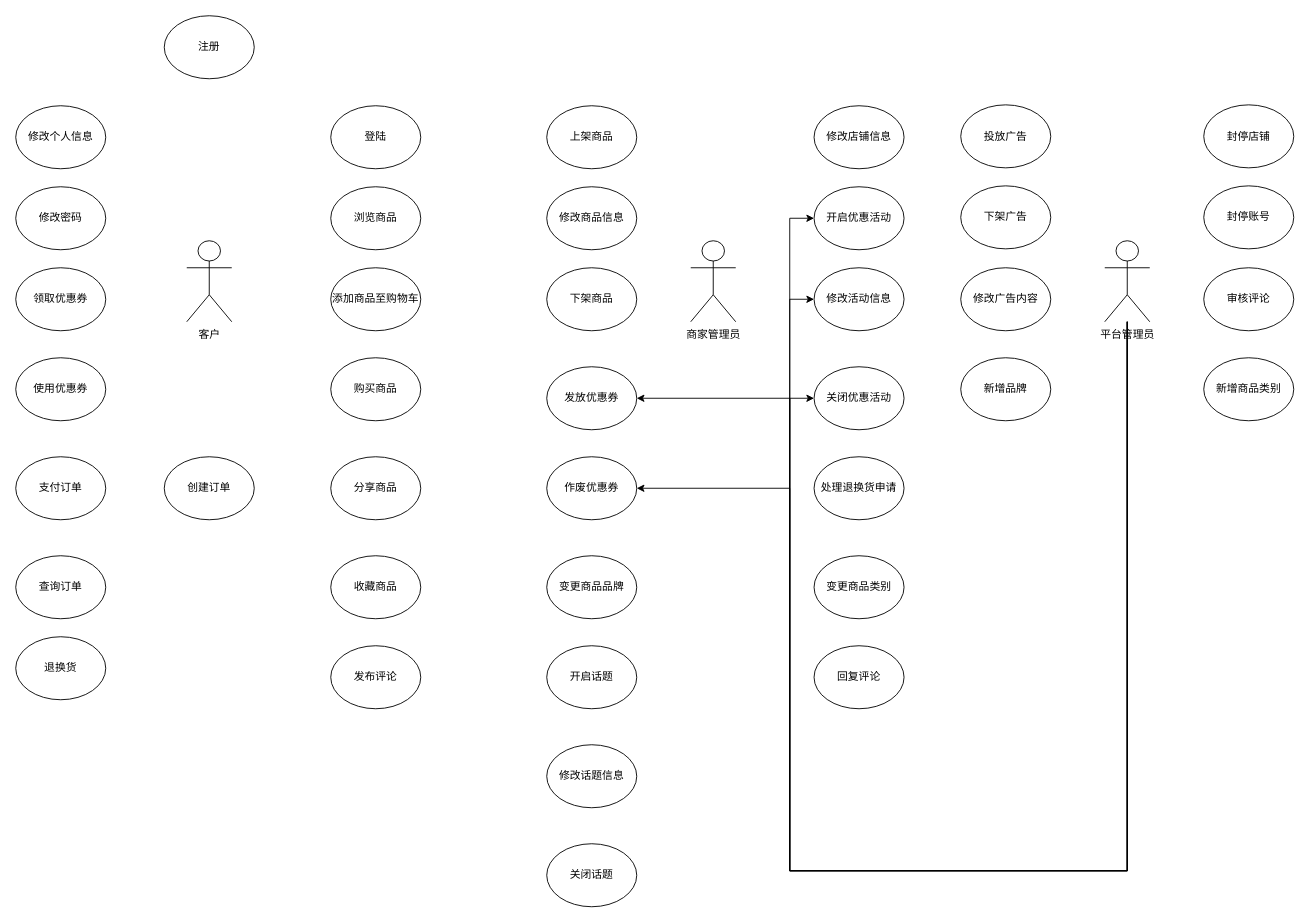
This is using.drawio from jrsmith12138/diagrams, a draw.io file, before an edit. Source tidied: cells renumbered, new cells numbered last; positions are measured from the earlier drawing's top-left corner, leaving out a move shared by most shapes. Both pictures are drawn from the tidied source at 90%, with x=0, y=0 at pixel (15, 15).
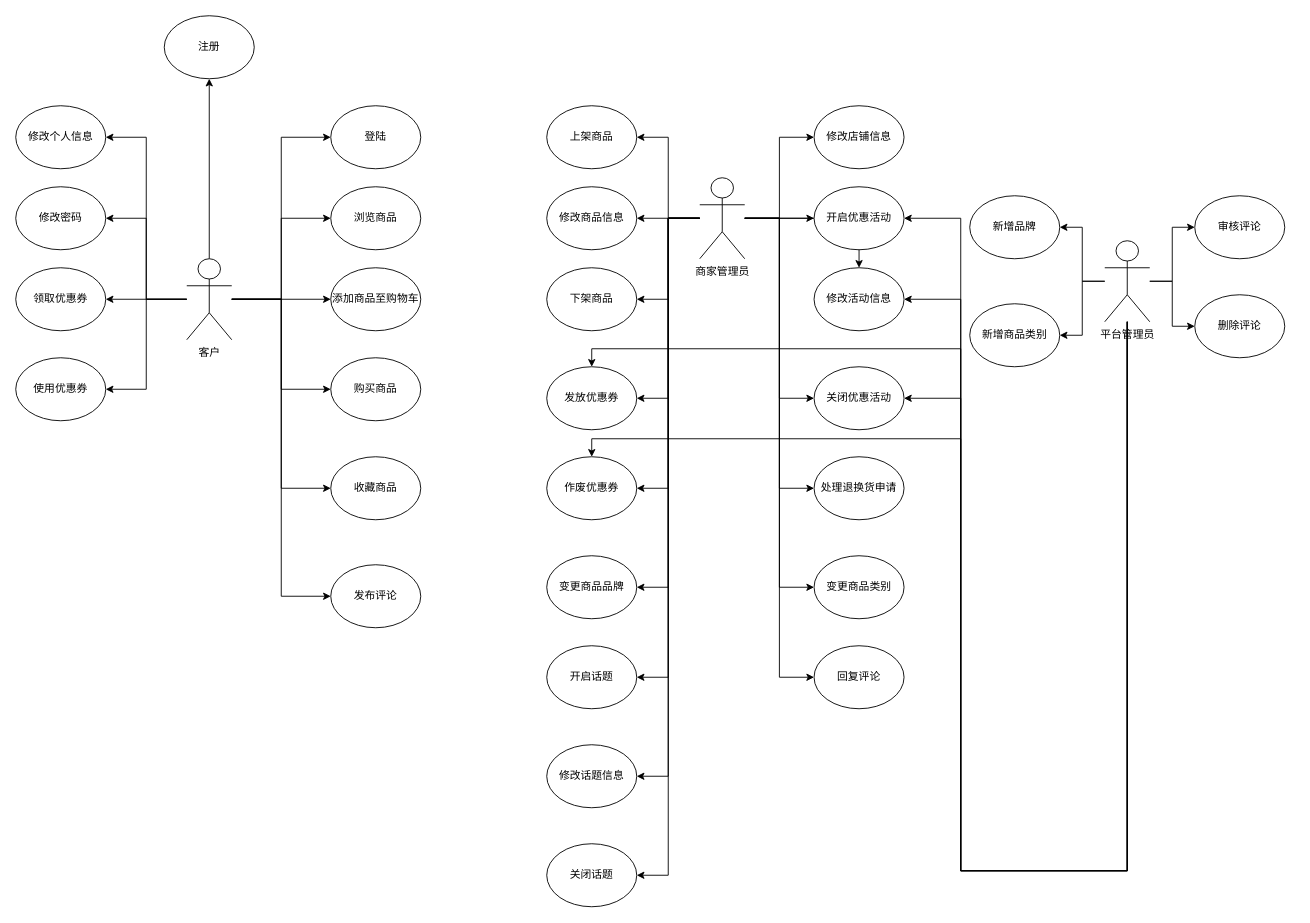
After the change.

Unchanged cells that the change refers to:
```xml
<mxCell id="9" value="平台管理员" style="shape=umlActor;verticalLabelPosition=bottom;verticalAlign=top;html=1;outlineConnect=0;" parent="1" vertex="1">
<mxCell id="10" value="注册" style="ellipse;whiteSpace=wrap;html=1;" parent="1" vertex="1">
<mxCell id="11" value="登陆" style="ellipse;whiteSpace=wrap;html=1;" parent="1" vertex="1">
<mxCell id="12" value="浏览商品" style="ellipse;whiteSpace=wrap;html=1;" parent="1" vertex="1">
<mxCell id="13" value="添加商品至购物车" style="ellipse;whiteSpace=wrap;html=1;" parent="1" vertex="1">
<mxCell id="14" value="购买商品" style="ellipse;whiteSpace=wrap;html=1;" parent="1" vertex="1">
<mxCell id="18" value="修改个人信息" style="ellipse;whiteSpace=wrap;html=1;" parent="1" vertex="1">
<mxCell id="20" value="领取优惠券" style="ellipse;whiteSpace=wrap;html=1;" parent="1" vertex="1">
<mxCell id="22" value="修改密码" style="ellipse;whiteSpace=wrap;html=1;" parent="1" vertex="1">
<mxCell id="25" value="使用优惠券" style="ellipse;whiteSpace=wrap;html=1;" parent="1" vertex="1">
<mxCell id="26" value="上架商品" style="ellipse;whiteSpace=wrap;html=1;" parent="1" vertex="1">
<mxCell id="27" value="修改商品信息" style="ellipse;whiteSpace=wrap;html=1;" parent="1" vertex="1">
<mxCell id="28" value="下架商品" style="ellipse;whiteSpace=wrap;html=1;" parent="1" vertex="1">
<mxCell id="29" value="发放优惠券" style="ellipse;whiteSpace=wrap;html=1;" parent="1" vertex="1">
<mxCell id="30" value="作废优惠券" style="ellipse;whiteSpace=wrap;html=1;" parent="1" vertex="1">
<mxCell id="31" value="开启优惠活动" style="ellipse;whiteSpace=wrap;html=1;" parent="1" vertex="1">
<mxCell id="32" value="关闭优惠活动" style="ellipse;whiteSpace=wrap;html=1;" parent="1" vertex="1">
<mxCell id="33" value="修改店铺信息" style="ellipse;whiteSpace=wrap;html=1;" parent="1" vertex="1">
<mxCell id="34" value="修改活动信息" style="ellipse;whiteSpace=wrap;html=1;" parent="1" vertex="1">
<mxCell id="35" value="处理退换货申请" style="ellipse;whiteSpace=wrap;html=1;" parent="1" vertex="1">
<mxCell id="40" value="变更商品类别" style="ellipse;whiteSpace=wrap;html=1;" parent="1" vertex="1">
<mxCell id="42" value="变更商品品牌" style="ellipse;whiteSpace=wrap;html=1;" parent="1" vertex="1">
<mxCell id="46" value="开启话题" style="ellipse;whiteSpace=wrap;html=1;" parent="1" vertex="1">
<mxCell id="47" value="修改话题信息" style="ellipse;whiteSpace=wrap;html=1;" parent="1" vertex="1">
<mxCell id="48" value="关闭话题" style="ellipse;whiteSpace=wrap;html=1;" parent="1" vertex="1">
<mxCell id="49" value="回复评论" style="ellipse;whiteSpace=wrap;html=1;" parent="1" vertex="1">
```

The edit, as a diff of the source:
```diff
@@
+    <mxCell id="50" style="edgeStyle=orthogonalEdgeStyle;rounded=0;jettySize=auto;html=1;entryX=0;entryY=0.5;entryDx=0;entryDy=0;" parent="1" edge="1" source="2" target="33">
+      <mxGeometry relative="1" as="geometry" />
+    </mxCell>
+    <mxCell id="51" style="edgeStyle=orthogonalEdgeStyle;rounded=0;jettySize=auto;html=1;" parent="1" edge="1" source="2" target="34">
+      <mxGeometry relative="1" as="geometry" />
+    </mxCell>
+    <mxCell id="52" style="edgeStyle=orthogonalEdgeStyle;rounded=0;jettySize=auto;html=1;entryX=0;entryY=0.5;entryDx=0;entryDy=0;" parent="1" edge="1" source="2" target="32">
+      <mxGeometry relative="1" as="geometry" />
+    </mxCell>
+    <mxCell id="53" style="edgeStyle=orthogonalEdgeStyle;rounded=0;jettySize=auto;html=1;entryX=0;entryY=0.5;entryDx=0;entryDy=0;" parent="1" edge="1" source="2" target="35">
+      <mxGeometry relative="1" as="geometry" />
+    </mxCell>
+    <mxCell id="54" style="edgeStyle=orthogonalEdgeStyle;rounded=0;jettySize=auto;html=1;entryX=0;entryY=0.5;entryDx=0;entryDy=0;" parent="1" edge="1" source="2" target="40">
+      <mxGeometry relative="1" as="geometry" />
+    </mxCell>
+    <mxCell id="55" style="edgeStyle=orthogonalEdgeStyle;rounded=0;jettySize=auto;html=1;entryX=0;entryY=0.5;entryDx=0;entryDy=0;" parent="1" edge="1" source="2" target="49">
+      <mxGeometry relative="1" as="geometry" />
+    </mxCell>
+    <mxCell id="56" style="edgeStyle=orthogonalEdgeStyle;rounded=0;jettySize=auto;html=1;entryX=1;entryY=0.5;entryDx=0;entryDy=0;" parent="1" edge="1" source="2" target="26">
+      <mxGeometry relative="1" as="geometry" />
+    </mxCell>
+    <mxCell id="57" style="edgeStyle=orthogonalEdgeStyle;rounded=0;jettySize=auto;html=1;entryX=1;entryY=0.5;entryDx=0;entryDy=0;" parent="1" edge="1" source="2" target="27">
+      <mxGeometry relative="1" as="geometry" />
+    </mxCell>
+    <mxCell id="58" style="edgeStyle=orthogonalEdgeStyle;rounded=0;jettySize=auto;html=1;entryX=1;entryY=0.5;entryDx=0;entryDy=0;" parent="1" edge="1" source="2" target="28">
+      <mxGeometry relative="1" as="geometry" />
+    </mxCell>
+    <mxCell id="59" style="edgeStyle=orthogonalEdgeStyle;rounded=0;jettySize=auto;html=1;entryX=1;entryY=0.5;entryDx=0;entryDy=0;" parent="1" edge="1" source="2" target="29">
+      <mxGeometry relative="1" as="geometry" />
+    </mxCell>
+    <mxCell id="60" style="edgeStyle=orthogonalEdgeStyle;rounded=0;jettySize=auto;html=1;entryX=1;entryY=0.5;entryDx=0;entryDy=0;" parent="1" edge="1" source="2" target="30">
+      <mxGeometry relative="1" as="geometry" />
+    </mxCell>
+    <mxCell id="61" style="edgeStyle=orthogonalEdgeStyle;rounded=0;jettySize=auto;html=1;entryX=1;entryY=0.5;entryDx=0;entryDy=0;" parent="1" edge="1" source="2" target="42">
+      <mxGeometry relative="1" as="geometry" />
+    </mxCell>
+    <mxCell id="62" style="edgeStyle=orthogonalEdgeStyle;rounded=0;jettySize=auto;html=1;entryX=1;entryY=0.5;entryDx=0;entryDy=0;" parent="1" edge="1" source="2" target="46">
+      <mxGeometry relative="1" as="geometry" />
+    </mxCell>
+    <mxCell id="63" style="edgeStyle=orthogonalEdgeStyle;rounded=0;jettySize=auto;html=1;entryX=1;entryY=0.5;entryDx=0;entryDy=0;" parent="1" edge="1" source="2" target="47">
+      <mxGeometry relative="1" as="geometry" />
+    </mxCell>
+    <mxCell id="64" style="edgeStyle=orthogonalEdgeStyle;rounded=0;jettySize=auto;html=1;entryX=1;entryY=0.5;entryDx=0;entryDy=0;" parent="1" edge="1" source="2" target="48">
+      <mxGeometry relative="1" as="geometry" />
+    </mxCell>
+    <mxCell id="65" style="edgeStyle=orthogonalEdgeStyle;rounded=0;jettySize=auto;html=1;entryX=0;entryY=0.5;entryDx=0;entryDy=0;" parent="1" edge="1" source="2" target="31">
+      <mxGeometry relative="1" as="geometry" />
+    </mxCell>
     <mxCell id="2" value="商家管理员" style="shape=umlActor;verticalLabelPosition=bottom;verticalAlign=top;html=1;outlineConnect=0;" parent="1" vertex="1">
-      <mxGeometry x="750" y="250" width="50" height="90" as="geometry" />
+      <mxGeometry x="760" y="180" width="50" height="90" as="geometry" />
     </mxCell>
+    <mxCell id="66" style="edgeStyle=orthogonalEdgeStyle;rounded=0;jettySize=auto;html=1;" parent="1" edge="1" source="3" target="10">
+      <mxGeometry relative="1" as="geometry" />
+    </mxCell>
+    <mxCell id="67" style="edgeStyle=orthogonalEdgeStyle;rounded=0;jettySize=auto;html=1;entryX=0;entryY=0.5;entryDx=0;entryDy=0;" parent="1" edge="1" source="3" target="11">
+      <mxGeometry relative="1" as="geometry" />
+    </mxCell>
+    <mxCell id="68" style="edgeStyle=orthogonalEdgeStyle;rounded=0;jettySize=auto;html=1;" parent="1" edge="1" source="3" target="13">
+      <mxGeometry relative="1" as="geometry" />
+    </mxCell>
+    <mxCell id="69" style="edgeStyle=orthogonalEdgeStyle;rounded=0;jettySize=auto;html=1;entryX=0;entryY=0.5;entryDx=0;entryDy=0;" parent="1" edge="1" source="3" target="14">
+      <mxGeometry relative="1" as="geometry" />
+    </mxCell>
+    <mxCell id="70" style="edgeStyle=orthogonalEdgeStyle;rounded=0;jettySize=auto;html=1;entryX=0;entryY=0.5;entryDx=0;entryDy=0;" parent="1" edge="1" source="3" target="23">
+      <mxGeometry relative="1" as="geometry" />
+    </mxCell>
+    <mxCell id="71" style="edgeStyle=orthogonalEdgeStyle;rounded=0;jettySize=auto;html=1;entryX=0;entryY=0.5;entryDx=0;entryDy=0;" parent="1" edge="1" source="3" target="19">
+      <mxGeometry relative="1" as="geometry" />
+    </mxCell>
+    <mxCell id="72" style="edgeStyle=orthogonalEdgeStyle;rounded=0;jettySize=auto;html=1;entryX=1;entryY=0.5;entryDx=0;entryDy=0;" parent="1" edge="1" source="3" target="18">
+      <mxGeometry relative="1" as="geometry" />
+    </mxCell>
+    <mxCell id="73" style="edgeStyle=orthogonalEdgeStyle;rounded=0;jettySize=auto;html=1;entryX=1;entryY=0.5;entryDx=0;entryDy=0;" parent="1" edge="1" source="3" target="22">
+      <mxGeometry relative="1" as="geometry" />
+    </mxCell>
+    <mxCell id="74" style="edgeStyle=orthogonalEdgeStyle;rounded=0;jettySize=auto;html=1;entryX=1;entryY=0.5;entryDx=0;entryDy=0;" parent="1" edge="1" source="3" target="20">
+      <mxGeometry relative="1" as="geometry" />
+    </mxCell>
+    <mxCell id="75" style="edgeStyle=orthogonalEdgeStyle;rounded=0;jettySize=auto;html=1;entryX=1;entryY=0.5;entryDx=0;entryDy=0;" parent="1" edge="1" source="3" target="25">
+      <mxGeometry relative="1" as="geometry" />
+    </mxCell>
+    <mxCell id="76" style="edgeStyle=orthogonalEdgeStyle;rounded=0;jettySize=auto;html=1;entryX=0;entryY=0.5;entryDx=0;entryDy=0;" parent="1" edge="1" source="3" target="12">
+      <mxGeometry relative="1" as="geometry" />
+    </mxCell>
     <mxCell id="3" value="客户" style="shape=umlActor;verticalLabelPosition=bottom;verticalAlign=top;html=1;outlineConnect=0;" parent="1" vertex="1">
-      <mxGeometry x="190" y="250" width="50" height="90" as="geometry" />
+      <mxGeometry x="190" y="270" width="50" height="90" as="geometry" />
     </mxCell>
     <mxCell id="4" style="edgeStyle=orthogonalEdgeStyle;rounded=0;jettySize=auto;html=1;" parent="1" edge="1" source="9" target="29">
       <mxGeometry relative="1" as="geometry">
         <Array as="points">
           <mxPoint x="1235" y="950" />
-          <mxPoint x="860" y="950" />
-          <mxPoint x="860" y="425" />
+          <mxPoint x="1050" y="950" />
+          <mxPoint x="1050" y="370" />
+          <mxPoint x="640" y="370" />
         </Array>
       </mxGeometry>
     </mxCell>
     <mxCell id="5" style="edgeStyle=orthogonalEdgeStyle;rounded=0;jettySize=auto;html=1;" parent="1" edge="1" source="9" target="30">
       <mxGeometry relative="1" as="geometry">
         <Array as="points">
           <mxPoint x="1235" y="950" />
-          <mxPoint x="860" y="950" />
-          <mxPoint x="860" y="525" />
+          <mxPoint x="1050" y="950" />
+          <mxPoint x="1050" y="470" />
+          <mxPoint x="640" y="470" />
         </Array>
       </mxGeometry>
     </mxCell>
     <mxCell id="6" style="edgeStyle=orthogonalEdgeStyle;rounded=0;jettySize=auto;html=1;" parent="1" edge="1" source="9" target="31">
       <mxGeometry relative="1" as="geometry">
         <Array as="points">
           <mxPoint x="1235" y="950" />
-          <mxPoint x="860" y="950" />
-          <mxPoint x="860" y="225" />
+          <mxPoint x="1050" y="950" />
+          <mxPoint x="1050" y="225" />
         </Array>
       </mxGeometry>
     </mxCell>
     <mxCell id="7" style="edgeStyle=orthogonalEdgeStyle;rounded=0;jettySize=auto;html=1;" parent="1" edge="1" source="9" target="34">
       <mxGeometry relative="1" as="geometry">
         <Array as="points">
           <mxPoint x="1235" y="950" />
-          <mxPoint x="860" y="950" />
-          <mxPoint x="860" y="315" />
+          <mxPoint x="1050" y="950" />
+          <mxPoint x="1050" y="315" />
         </Array>
       </mxGeometry>
     </mxCell>
     <mxCell id="8" style="edgeStyle=orthogonalEdgeStyle;rounded=0;jettySize=auto;html=1;" parent="1" edge="1" source="9" target="32">
       <mxGeometry relative="1" as="geometry">
         <Array as="points">
           <mxPoint x="1235" y="950" />
-          <mxPoint x="860" y="950" />
-          <mxPoint x="860" y="425" />
+          <mxPoint x="1050" y="950" />
+          <mxPoint x="1050" y="425" />
         </Array>
       </mxGeometry>
     </mxCell>
+    <mxCell id="77" style="edgeStyle=orthogonalEdgeStyle;rounded=0;jettySize=auto;html=1;" parent="1" edge="1" source="9" target="41">
+      <mxGeometry relative="1" as="geometry" />
+    </mxCell>
+    <mxCell id="78" style="edgeStyle=orthogonalEdgeStyle;rounded=0;jettySize=auto;html=1;" parent="1" edge="1" source="9" target="39">
+      <mxGeometry relative="1" as="geometry" />
+    </mxCell>
+    <mxCell id="79" style="edgeStyle=orthogonalEdgeStyle;rounded=0;jettySize=auto;html=1;" parent="1" edge="1" source="9" target="38">
+      <mxGeometry relative="1" as="geometry" />
+    </mxCell>
+    <mxCell id="80" style="edgeStyle=orthogonalEdgeStyle;rounded=0;jettySize=auto;html=1;" parent="1" edge="1" source="9" target="81">
+      <mxGeometry relative="1" as="geometry" />
+    </mxCell>
@@
-    <mxCell id="15" value="创建订单" style="ellipse;whiteSpace=wrap;html=1;" parent="1" vertex="1">
-      <mxGeometry x="165" y="490" width="100" height="70" as="geometry" />
-    </mxCell>
-    <mxCell id="16" value="查询订单" style="ellipse;whiteSpace=wrap;html=1;" parent="1" vertex="1">
-      <mxGeometry y="600" width="100" height="70" as="geometry" />
-    </mxCell>
-    <mxCell id="17" value="退换货" style="ellipse;whiteSpace=wrap;html=1;" parent="1" vertex="1">
-      <mxGeometry y="690" width="100" height="70" as="geometry" />
-    </mxCell>
@@
     <mxCell id="19" value="发布评论" style="ellipse;whiteSpace=wrap;html=1;" parent="1" vertex="1">
-      <mxGeometry x="350" y="700" width="100" height="70" as="geometry" />
+      <mxGeometry x="350" y="610" width="100" height="70" as="geometry" />
     </mxCell>
@@
-    <mxCell id="21" value="分享商品" style="ellipse;whiteSpace=wrap;html=1;" parent="1" vertex="1">
-      <mxGeometry x="350" y="490" width="100" height="70" as="geometry" />
-    </mxCell>
@@
     <mxCell id="23" value="收藏商品" style="ellipse;whiteSpace=wrap;html=1;" parent="1" vertex="1">
-      <mxGeometry x="350" y="600" width="100" height="70" as="geometry" />
+      <mxGeometry x="350" y="490" width="100" height="70" as="geometry" />
     </mxCell>
-    <mxCell id="24" value="支付订单" style="ellipse;whiteSpace=wrap;html=1;" parent="1" vertex="1">
-      <mxGeometry y="490" width="100" height="70" as="geometry" />
-    </mxCell>
@@
-    <mxCell id="36" value="封停店铺" style="ellipse;whiteSpace=wrap;html=1;" parent="1" vertex="1">
-      <mxGeometry x="1320" y="99" width="100" height="70" as="geometry" />
-    </mxCell>
-    <mxCell id="37" value="封停账号" style="ellipse;whiteSpace=wrap;html=1;" parent="1" vertex="1">
-      <mxGeometry x="1320" y="189" width="100" height="70" as="geometry" />
-    </mxCell>
     <mxCell id="38" value="审核评论" style="ellipse;whiteSpace=wrap;html=1;" parent="1" vertex="1">
-      <mxGeometry x="1320" y="280" width="100" height="70" as="geometry" />
+      <mxGeometry x="1310" y="200" width="100" height="70" as="geometry" />
     </mxCell>
     <mxCell id="39" value="新增商品类别" style="ellipse;whiteSpace=wrap;html=1;" parent="1" vertex="1">
-      <mxGeometry x="1320" y="380" width="100" height="70" as="geometry" />
+      <mxGeometry x="1060" y="320" width="100" height="70" as="geometry" />
     </mxCell>
@@
     <mxCell id="41" value="新增品牌" style="ellipse;whiteSpace=wrap;html=1;" parent="1" vertex="1">
-      <mxGeometry x="1050" y="380" width="100" height="70" as="geometry" />
+      <mxGeometry x="1060" y="200" width="100" height="70" as="geometry" />
     </mxCell>
@@
-    <mxCell id="43" value="投放广告" style="ellipse;whiteSpace=wrap;html=1;" parent="1" vertex="1">
-      <mxGeometry x="1050" y="99" width="100" height="70" as="geometry" />
-    </mxCell>
-    <mxCell id="44" value="修改广告内容" style="ellipse;whiteSpace=wrap;html=1;" parent="1" vertex="1">
-      <mxGeometry x="1050" y="280" width="100" height="70" as="geometry" />
-    </mxCell>
-    <mxCell id="45" value="下架广告" style="ellipse;whiteSpace=wrap;html=1;" parent="1" vertex="1">
-      <mxGeometry x="1050" y="189" width="100" height="70" as="geometry" />
-    </mxCell>
@@
+    <mxCell id="81" value="删除评论" style="ellipse;whiteSpace=wrap;html=1;" parent="1" vertex="1">
+      <mxGeometry x="1310" y="310" width="100" height="70" as="geometry" />
+    </mxCell>
```
